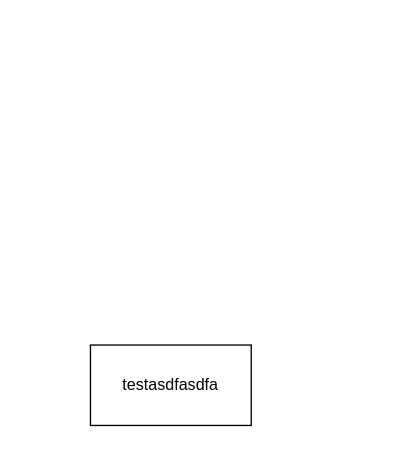
This is test.drawio from fluffy-kaiju/dreemhack, a draw.io file, before an edit. Source tidied: cells renumbered, new cells numbered last; positions are measured from the earlier drawing's top-left corner, leaving out a move shared by most shapes. Both pictures are drawn from the tidied source at 134%, with x=0, y=0 at pixel (90, 344).
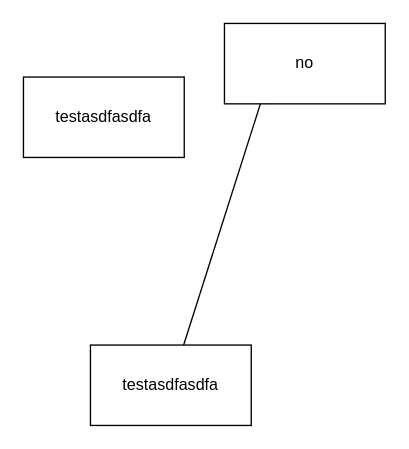
The same diagram, later.

Change to the diagram source:
```diff
@@
 <mxGraphModel>
   <root>
     <mxCell id="0" />
     <mxCell id="1" parent="0" />
+    <mxCell id="3" style="edgeStyle=none;html=1;" parent="1" edge="1" source="2">
+      <mxGeometry relative="1" as="geometry">
+        <mxPoint x="130" y="-190" as="targetPoint" />
+      </mxGeometry>
+    </mxCell>
     <mxCell id="2" value="testasdfasdfa" style="rounded=0;whiteSpace=wrap;html=1;" parent="1" vertex="1">
       <mxGeometry width="120" height="60" as="geometry" />
     </mxCell>
+    <mxCell id="4" value="no" style="whiteSpace=wrap;html=1;" parent="1" vertex="1">
+      <mxGeometry x="100" y="-240" width="120" height="60" as="geometry" />
+    </mxCell>
+    <mxCell id="5" value="testasdfasdfa" style="rounded=0;whiteSpace=wrap;html=1;" parent="1" vertex="1">
+      <mxGeometry x="-50" y="-200" width="120" height="60" as="geometry" />
+    </mxCell>
   </root>
 </mxGraphModel>
```
